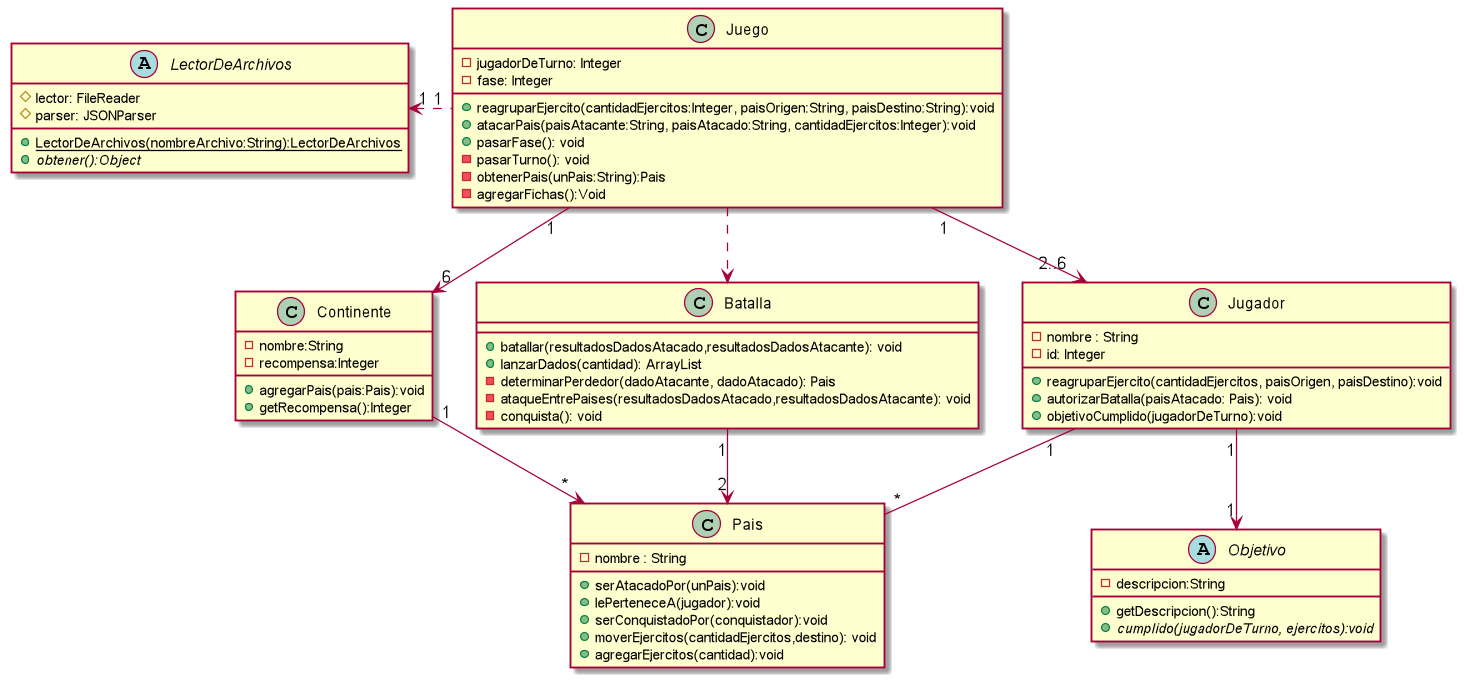
This is docs/diagramasUML/diagramaDeClase.png from nauee/Algo3-TP2, a PlantUML export, as it was before one commit.
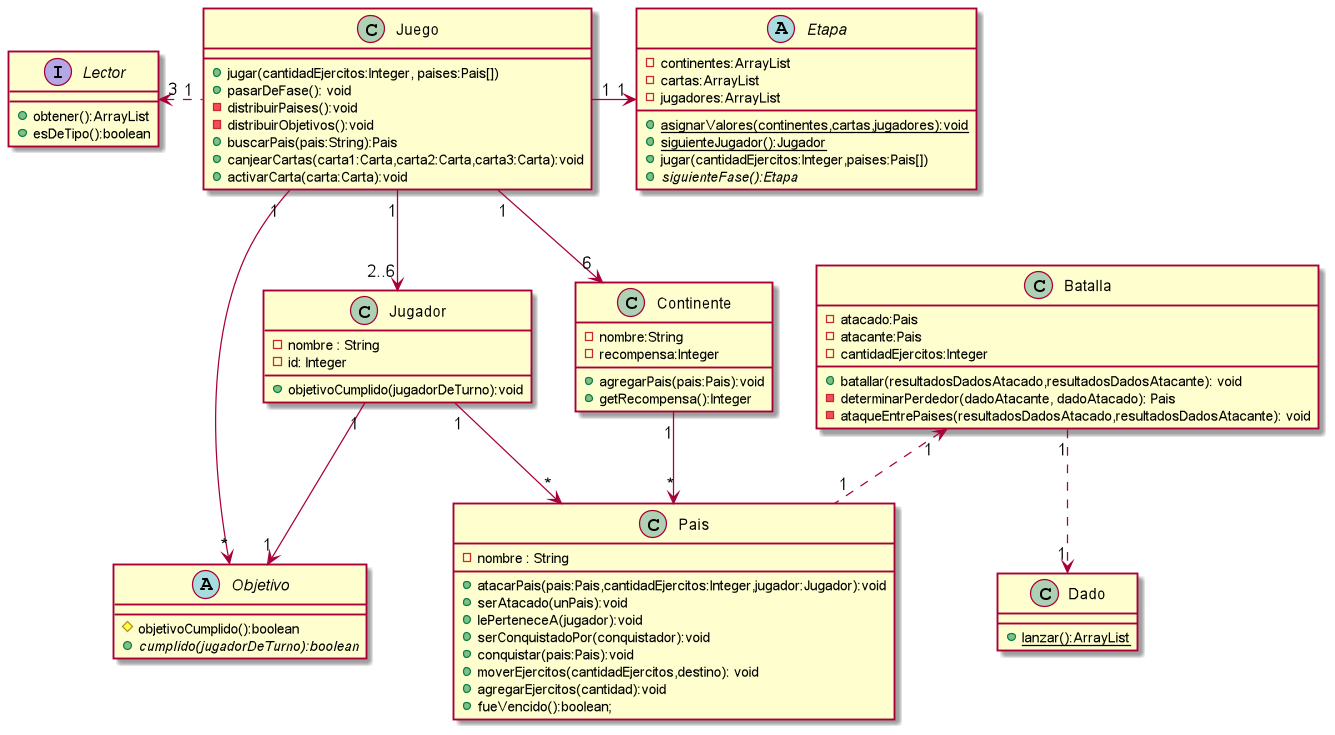
The same diagram one commit later.

Commit message:
actualizacion diagramas de clase 2

Change to the diagram source:
```diff
@@ -1,58 +1,70 @@
 @startuml diagramaDeClase
 
 class Juego{
-    -jugadorDeTurno: Integer
-    -fase: Integer
 
-    +reagruparEjercito(cantidadEjercitos:Integer, paisOrigen:String, paisDestino:String):void
-    +atacarPais(paisAtacante:String, paisAtacado:String, cantidadEjercitos:Integer):void
-    +pasarFase(): void
-    -pasarTurno(): void
-    -obtenerPais(unPais:String):Pais
-    -agregarFichas():Void
+    +jugar(cantidadEjercitos:Integer, paises:Pais[])
+    +pasarDeFase(): void
+    -distribuirPaises():void
+    -distribuirObjetivos():void
+    +buscarPais(pais:String):Pais
+    +canjearCartas(carta1:Carta,carta2:Carta,carta3:Carta):void
+    +activarCarta(carta:Carta):void
+}
+
+abstract class Etapa{
+    -continentes:ArrayList
+    -cartas:ArrayList
+    -jugadores:ArrayList
+
+    +{static}asignarValores(continentes,cartas,jugadores):void
+    +{static}siguienteJugador():Jugador
+    +jugar(cantidadEjercitos:Integer,paises:Pais[])
+    +{abstract}siguienteFase():Etapa
+}
+
+class Dado{
+    +{static}lanzar():ArrayList
 }
 
 class Batalla{
+    -atacado:Pais
+    -atacante:Pais
+    -cantidadEjercitos:Integer
 
     +batallar(resultadosDadosAtacado,resultadosDadosAtacante): void
-    +lanzarDados(cantidad): ArrayList
     -determinarPerdedor(dadoAtacante, dadoAtacado): Pais
     -ataqueEntrePaises(resultadosDadosAtacado,resultadosDadosAtacante): void
-    -conquista(): void
 }
 
 class Pais{
     -nombre : String
 
-    +serAtacadoPor(unPais):void
+    +atacarPais(pais:Pais,cantidadEjercitos:Integer,jugador:Jugador):void
+    +serAtacado(unPais):void
     +lePerteneceA(jugador):void
     +serConquistadoPor(conquistador):void
+    +conquistar(pais:Pais):void
     +moverEjercitos(cantidadEjercitos,destino): void
     +agregarEjercitos(cantidad):void
+    +fueVencido():boolean;
 }
 
 abstract class Objetivo{
-    -descripcion:String
 
-    +getDescripcion():String
-    +{abstract}cumplido(jugadorDeTurno, ejercitos):void
+    #objetivoCumplido():boolean
+    +{abstract}cumplido(jugadorDeTurno):boolean
 }
 
 class Jugador{
     -nombre : String
     -id: Integer
 
-    +reagruparEjercito(cantidadEjercitos, paisOrigen, paisDestino):void
-    +autorizarBatalla(paisAtacado: Pais): void
     +objetivoCumplido(jugadorDeTurno):void
 }
 
-abstract class LectorDeArchivos{
-    #lector: FileReader
-    #parser: JSONParser
-
-    +{static}LectorDeArchivos(nombreArchivo:String):LectorDeArchivos
-    +{abstract}obtener():Object
+interface Lector{
+    +obtener():ArrayList
+    +esDeTipo():boolean
 }
 
 class Continente{
@@ -63,12 +75,14 @@
     +getRecompensa():Integer
 }
 
-Juego "1"-down->"2..6" Jugador
-Jugador "1"-down-"*" Pais
-Jugador "1"-down->"1" Objetivo
-Juego ..> Batalla
-Batalla "1"-->"2" Pais
-Juego "1".left.>"1" LectorDeArchivos
-Juego "1"-right->"6" Continente
+Juego "1"-->"2..6" Jugador
+Jugador "1"-->"*" Pais
+Jugador "1"-->"1" Objetivo
+Batalla "1"<.."1" Pais
+Juego "1".left.>"3" Lector
+Juego "1"-->"6" Continente
 Continente "1"-->"*"Pais
+Juego "1"-->"*"Objetivo
+Juego "1"-right->"1" Etapa
+Batalla "1".down.>"1" Dado
 @enduml
```
